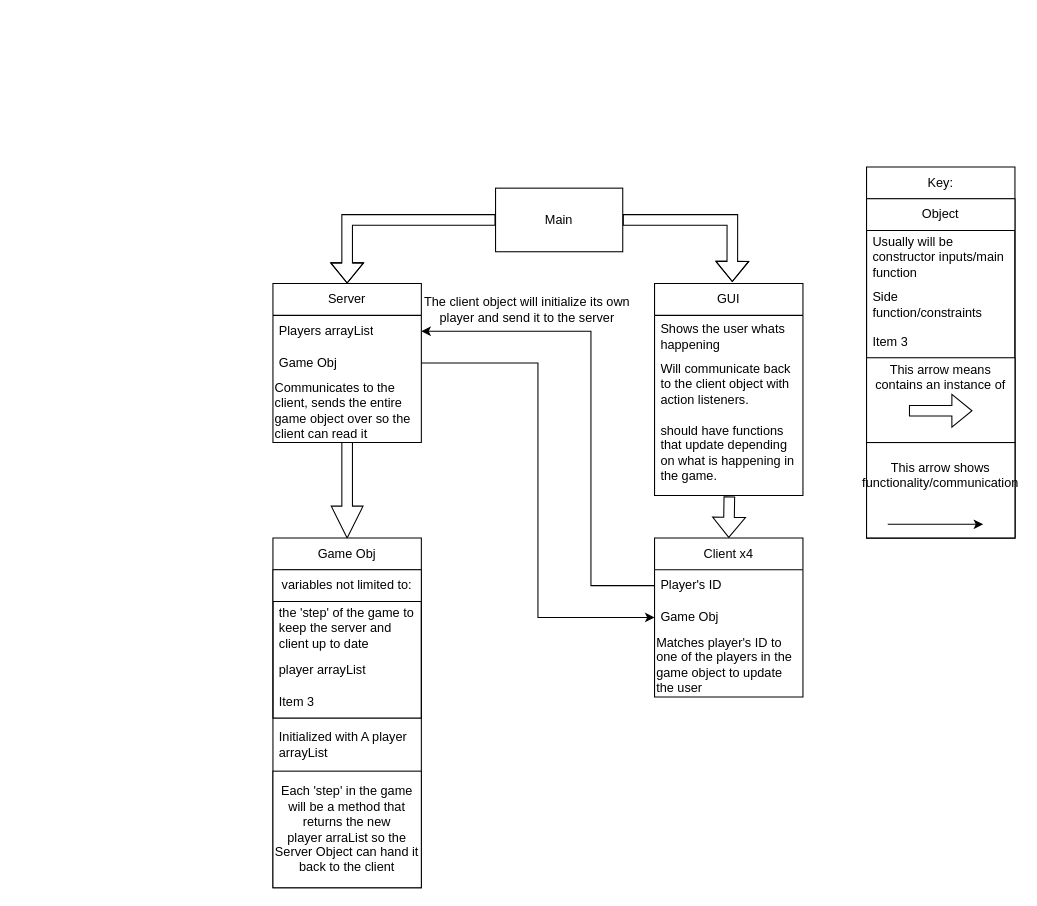
Above: Untitled Diagram.drawio in happyhourxd/EuchreJ (draw.io), before the change. Source tidied: cells renumbered, new cells numbered last; positions are measured from the earlier drawing's top-left corner, leaving out a move shared by most shapes. Both pictures are drawn from the tidied source at 106%, with x=0, y=0 at pixel (272, 166).
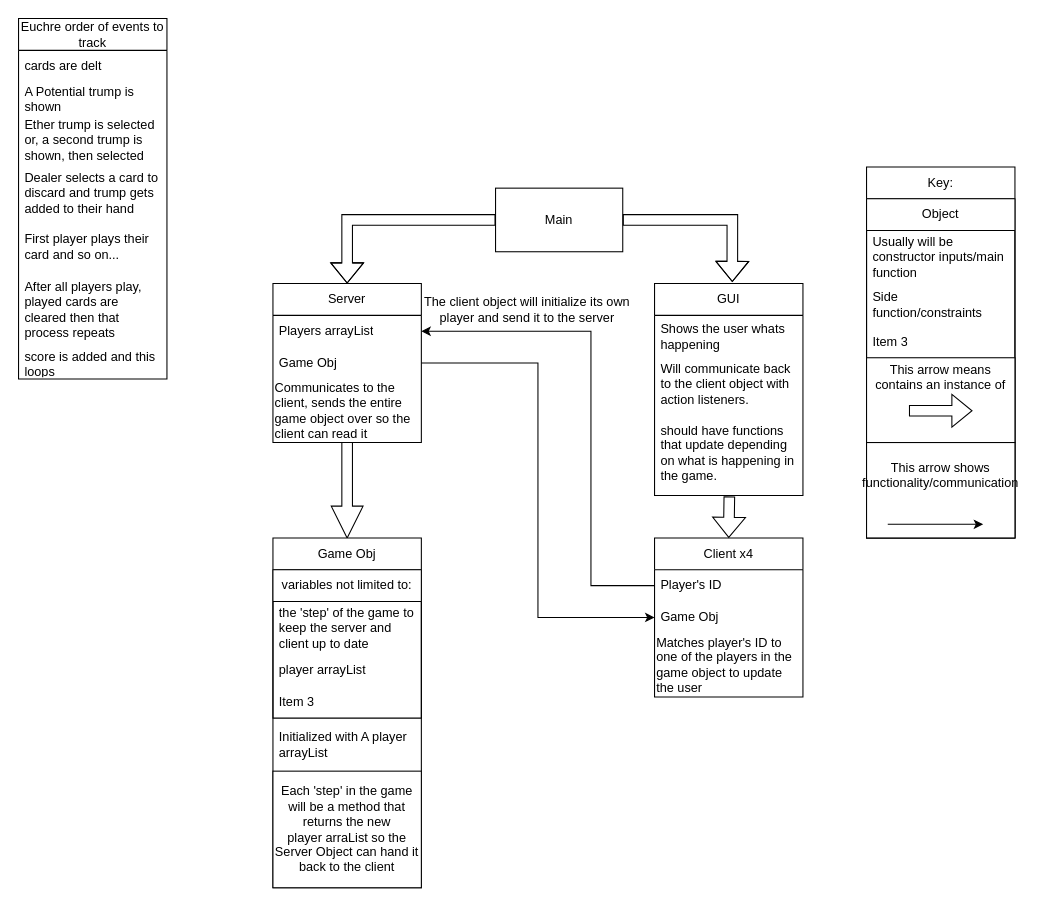
Above is the later version.

Commit message:
added functionality of trick

Diff of the diagram source:
```diff
@@
+    <mxCell id="40" value="Euchre order of events to track" style="swimlane;fontStyle=0;horizontal=1;startSize=30;whiteSpace=wrap;html=1;" parent="1" vertex="1">
+      <mxGeometry x="-240" y="-140" width="140" height="340" as="geometry" />
+    </mxCell>
+    <mxCell id="41" value="cards are delt" style="text;strokeColor=none;fillColor=none;align=left;verticalAlign=middle;spacingLeft=4;spacingRight=4;overflow=hidden;whiteSpace=wrap;html=1;" parent="40" vertex="1">
+      <mxGeometry y="30" width="140" height="30" as="geometry" />
+    </mxCell>
+    <mxCell id="42" value="A Potential trump is shown" style="text;strokeColor=none;fillColor=none;align=left;verticalAlign=middle;spacingLeft=4;spacingRight=4;overflow=hidden;whiteSpace=wrap;html=1;" parent="40" vertex="1">
+      <mxGeometry y="60" width="140" height="30" as="geometry" />
+    </mxCell>
+    <mxCell id="43" value="Ether trump is selected or, a second trump is shown, then selected " style="text;strokeColor=none;fillColor=none;align=left;verticalAlign=middle;spacingLeft=4;spacingRight=4;overflow=hidden;whiteSpace=wrap;html=1;" parent="40" vertex="1">
+      <mxGeometry y="90" width="140" height="50" as="geometry" />
+    </mxCell>
+    <mxCell id="44" value="Dealer selects a card to discard and trump gets added to their hand" style="text;strokeColor=none;fillColor=none;align=left;verticalAlign=middle;spacingLeft=4;spacingRight=4;overflow=hidden;whiteSpace=wrap;html=1;" parent="40" vertex="1">
+      <mxGeometry y="140" width="140" height="50" as="geometry" />
+    </mxCell>
+    <mxCell id="45" value="First player plays their card and so on..." style="text;strokeColor=none;fillColor=none;align=left;verticalAlign=middle;spacingLeft=4;spacingRight=4;overflow=hidden;whiteSpace=wrap;html=1;" parent="40" vertex="1">
+      <mxGeometry y="190" width="140" height="50" as="geometry" />
+    </mxCell>
+    <mxCell id="46" value="After all players play, played cards are cleared then that process repeats" style="text;strokeColor=none;fillColor=none;align=left;verticalAlign=middle;spacingLeft=4;spacingRight=4;overflow=hidden;whiteSpace=wrap;html=1;" parent="40" vertex="1">
+      <mxGeometry y="240" width="140" height="70" as="geometry" />
+    </mxCell>
+    <mxCell id="47" value="score is added and this loops" style="text;strokeColor=none;fillColor=none;align=left;verticalAlign=middle;spacingLeft=4;spacingRight=4;overflow=hidden;whiteSpace=wrap;html=1;" parent="40" vertex="1">
+      <mxGeometry y="310" width="140" height="30" as="geometry" />
+    </mxCell>
```
